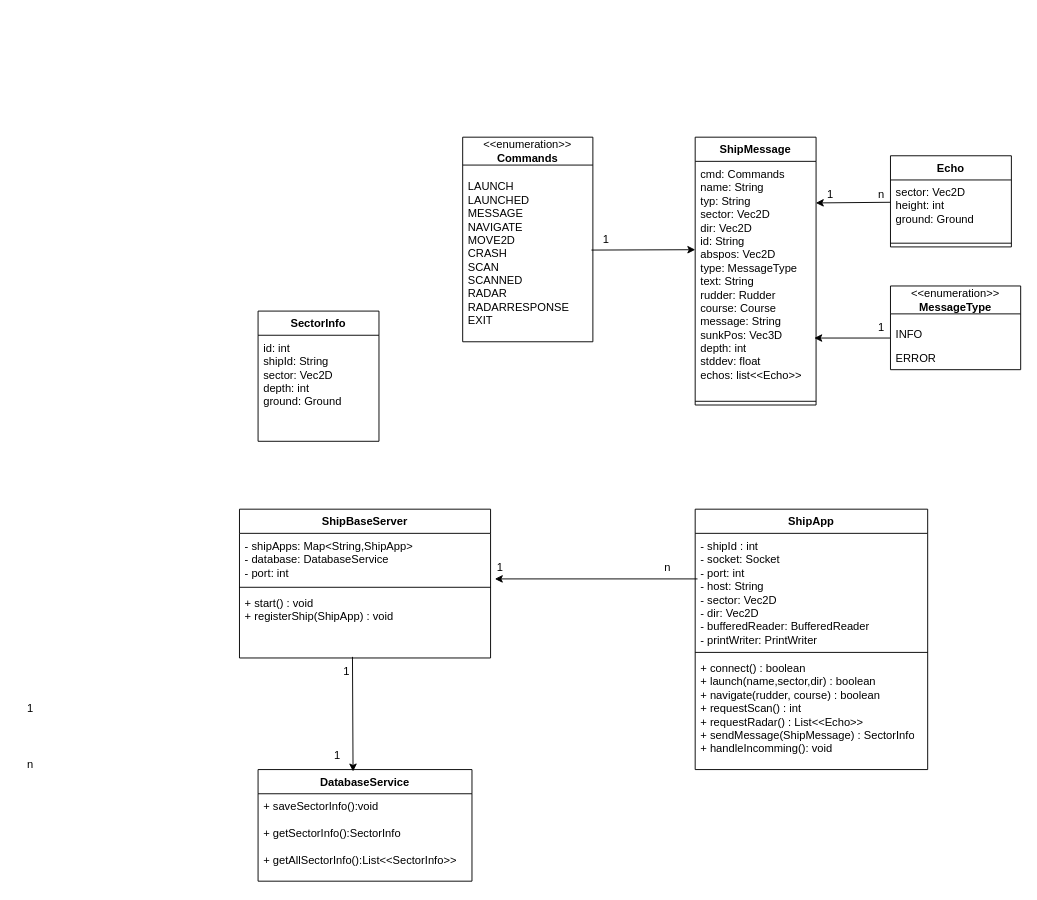
Baywetche/ocean-explorer keeps this draw.io diagram as UML-ClassDiagram.drawio. Above is the earlier version. Source tidied: cells renumbered, new cells numbered last; positions are measured from the earlier drawing's top-left corner, leaving out a move shared by most shapes. Both pictures are drawn from the tidied source at 93%, with x=0, y=0 at pixel (16, 137).
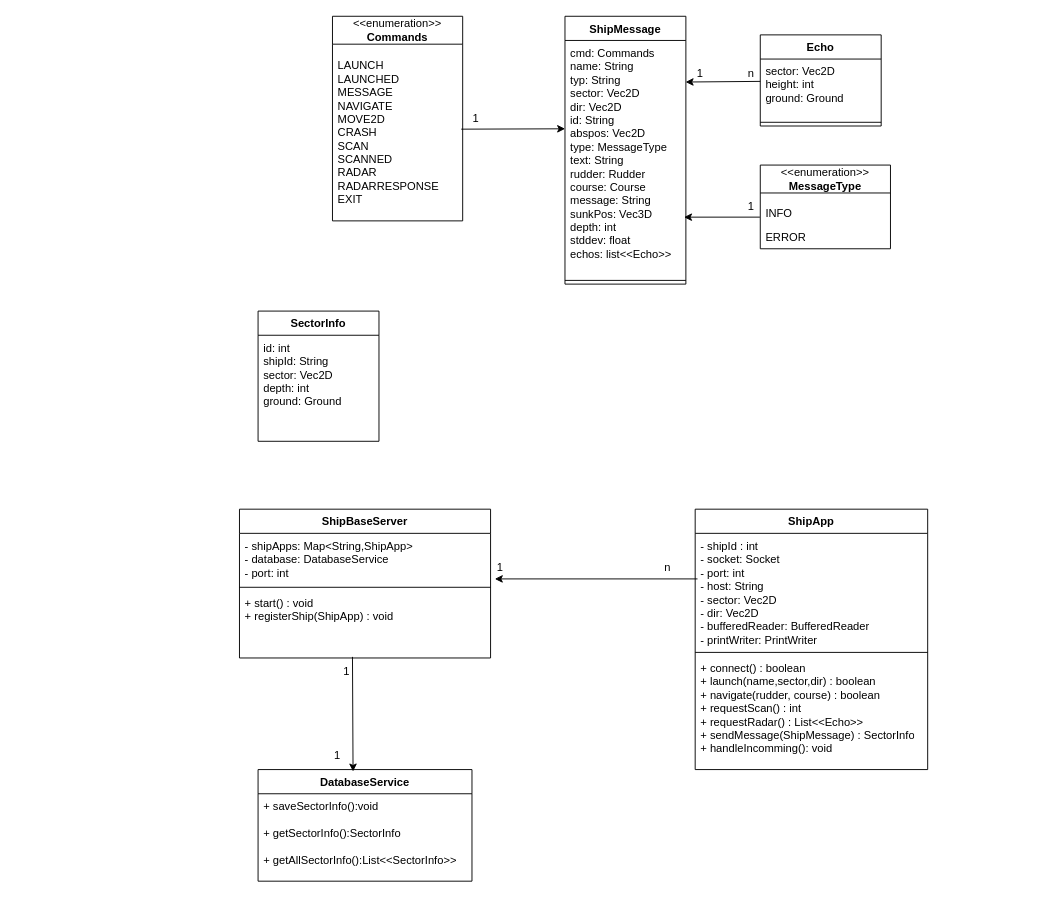
After the change.

Commit message:
uml slightly modified

The change refers to these unchanged cells:
```xml
<mxCell id="15" value="&lt;div&gt;cmd: Commands&lt;/div&gt;&lt;div&gt;name: String&lt;/div&gt;&lt;div&gt;typ: String&lt;/div&gt;&lt;div&gt;sector: Vec2D&lt;/div&gt;&lt;div&gt;dir: Vec2D&lt;/div&gt;&lt;div&gt;id: String&lt;/div&gt;&lt;div&gt;abspos: Vec2D&lt;/div&gt;&lt;div&gt;type: MessageType&lt;/div&gt;&lt;div&gt;text: String&lt;/div&gt;&lt;div&gt;rudder: Rudder&lt;/div&gt;&lt;div&gt;course: Course&lt;/div&gt;&lt;div&gt;message: String&lt;br&gt;&lt;/div&gt;&lt;div&gt;sunkPos: Vec3D&lt;br&gt;&lt;/div&gt;&lt;div&gt;depth: int&lt;br&gt;&lt;/div&gt;&lt;div&gt;stddev: float&lt;/div&gt;&lt;div&gt;echos: list&amp;lt;&amp;lt;Echo&amp;gt;&amp;gt;&lt;/div&gt;&lt;div&gt;&lt;br&gt;&lt;/div&gt;&lt;div&gt;&lt;br&gt;&lt;/div&gt;" style="text;strokeColor=none;fillColor=none;align=left;verticalAlign=top;spacingLeft=4;spacingRight=4;overflow=hidden;points=[[0,0.5],[1,0.5]];portConstraint=eastwest;whiteSpace=wrap;html=1;" parent="14" vertex="1">
  <mxGeometry y="26" width="130" height="254" as="geometry" />
</mxCell>
```

The edit, as a diff of the source:
```diff
@@
     <mxCell id="10" value="&amp;lt;&amp;lt;enumeration&amp;gt;&amp;gt;&lt;div&gt;&lt;span style=&quot;font-weight: 700;&quot;&gt;Commands&lt;/span&gt;&lt;br&gt;&lt;/div&gt;" style="swimlane;fontStyle=0;horizontal=1;startSize=30;whiteSpace=wrap;html=1;" parent="1" vertex="1">
-      <mxGeometry x="480" width="140" height="220" as="geometry" />
+      <mxGeometry x="340" y="-130" width="140" height="220" as="geometry" />
     </mxCell>
@@
     <mxCell id="12" value="&amp;lt;&amp;lt;enumeration&amp;gt;&amp;gt;&lt;div&gt;&lt;span style=&quot;font-weight: 700;&quot;&gt;MessageType&lt;/span&gt;&lt;br&gt;&lt;/div&gt;" style="swimlane;fontStyle=0;horizontal=1;startSize=30;whiteSpace=wrap;html=1;" parent="1" vertex="1">
-      <mxGeometry x="940" y="160" width="140" height="90" as="geometry" />
+      <mxGeometry x="800" y="30" width="140" height="90" as="geometry" />
     </mxCell>
@@
     <mxCell id="14" value="ShipMessage" style="swimlane;fontStyle=1;align=center;verticalAlign=top;horizontal=1;startSize=26;whiteSpace=wrap;html=1;" parent="1" vertex="1">
-      <mxGeometry x="730" width="130" height="288" as="geometry" />
+      <mxGeometry x="590" y="-130" width="130" height="288" as="geometry" />
     </mxCell>
@@
     <mxCell id="17" value="Echo" style="swimlane;fontStyle=1;align=center;verticalAlign=top;horizontal=1;startSize=26;whiteSpace=wrap;html=1;" parent="1" vertex="1">
-      <mxGeometry x="940" y="20" width="130" height="98" as="geometry" />
+      <mxGeometry x="800" y="-110" width="130" height="98" as="geometry" />
     </mxCell>
@@
     <mxCell id="23" style="endArrow=classic;html=1;rounded=0;entryX=0.998;entryY=0.176;entryDx=0;entryDy=0;entryPerimeter=0;" parent="1" edge="1" target="15">
       <mxGeometry relative="1" as="geometry">
-        <mxPoint x="940" y="70" as="sourcePoint" />
+        <mxPoint x="800" y="-60" as="sourcePoint" />
       </mxGeometry>
     </mxCell>
     <mxCell id="24" value="n" style="text;html=1;align=center;verticalAlign=middle;strokeColor=none;fillColor=none;" parent="1" vertex="1">
-      <mxGeometry x="915" y="47" width="30" height="30" as="geometry" />
+      <mxGeometry x="775" y="-83" width="30" height="30" as="geometry" />
     </mxCell>
     <mxCell id="25" value="1" style="text;html=1;align=center;verticalAlign=middle;strokeColor=none;fillColor=none;" parent="1" vertex="1">
-      <mxGeometry x="860" y="47" width="30" height="30" as="geometry" />
+      <mxGeometry x="720" y="-83" width="30" height="30" as="geometry" />
     </mxCell>
@@
     <mxCell id="34" value="1" style="text;html=1;align=center;verticalAlign=middle;strokeColor=none;fillColor=none;" parent="1" vertex="1">
-      <mxGeometry x="619" y="95" width="30" height="30" as="geometry" />
+      <mxGeometry x="479" y="-35" width="30" height="30" as="geometry" />
     </mxCell>
@@
     <mxCell id="36" value="1" style="text;html=1;align=center;verticalAlign=middle;strokeColor=none;fillColor=none;" parent="1" vertex="1">
-      <mxGeometry x="915" y="190" width="30" height="30" as="geometry" />
+      <mxGeometry x="775" y="60" width="30" height="30" as="geometry" />
     </mxCell>
-    <mxCell id="37" value="1" style="text;html=1;align=center;verticalAlign=middle;strokeColor=none;fillColor=none;" parent="1" vertex="1">
-      <mxGeometry y="600" width="30" height="30" as="geometry" />
-    </mxCell>
-    <mxCell id="38" value="n" style="text;html=1;align=center;verticalAlign=middle;strokeColor=none;fillColor=none;" parent="1" vertex="1">
-      <mxGeometry y="660" width="30" height="30" as="geometry" />
-    </mxCell>
```
